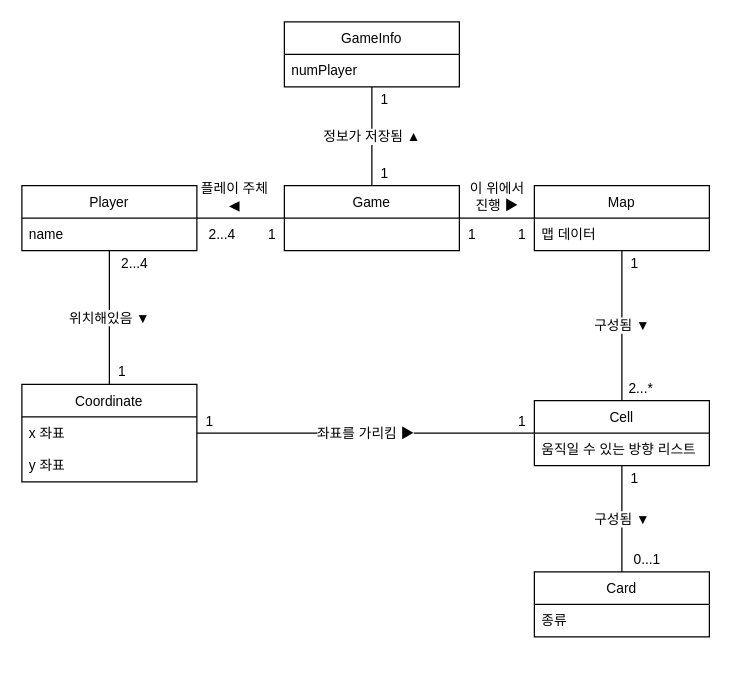
Before: page "페이지-4" (4 of 12) of UML/usecase_Diagram.drawio in nakyoung98/softwareEnginnering, a draw.io diagram. Source tidied: cells renumbered, new cells numbered last; positions are measured from the earlier drawing's top-left corner, leaving out a move shared by most shapes. Both pictures are drawn from the tidied source at 125%, with x=0, y=0 at pixel (21, 21).
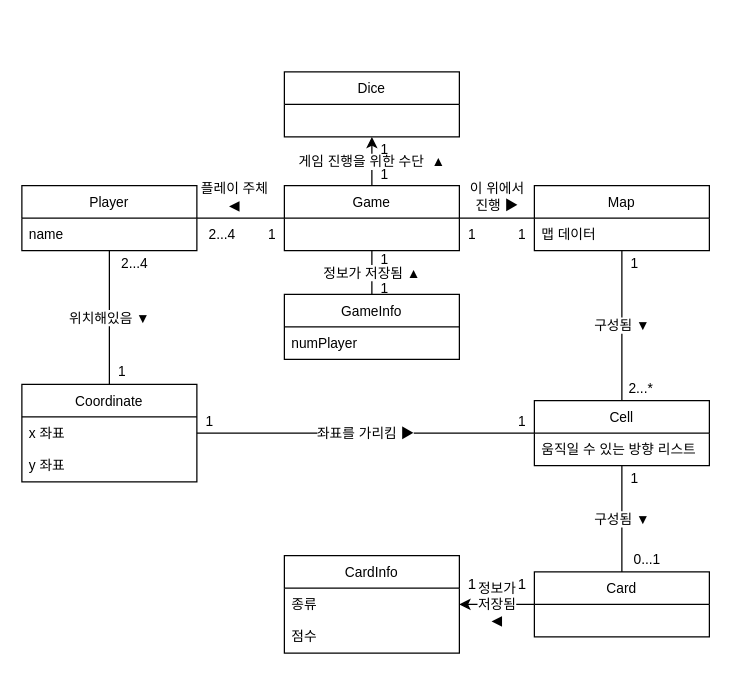
After the change.

The change refers to these unchanged cells:
```xml
<mxCell id="2" value="Game" style="swimlane;fontStyle=0;horizontal=1;startSize=26;fillColor=none;labelBackgroundColor=default;fontSize=11;" parent="1" vertex="1">
  <mxGeometry x="210" y="131" width="140" height="52" as="geometry" />
</mxCell>
<mxCell id="33" value="Card" style="swimlane;fontStyle=0;horizontal=1;startSize=26;fillColor=none;labelBackgroundColor=default;fontSize=11;" parent="1" vertex="1">
  <mxGeometry x="410" y="440" width="140" height="52" as="geometry" />
</mxCell>
```

What changed in the source:
```diff
@@
+    <mxCell id="37" value="게임 진행을 위한 수단&amp;nbsp; ▲" style="edgeStyle=orthogonalEdgeStyle;rounded=0;jettySize=auto;html=1;entryX=0.5;entryY=1;entryDx=0;entryDy=0;" parent="1" edge="1" source="2" target="39">
+      <mxGeometry relative="1" as="geometry" />
+    </mxCell>
@@
-    <mxCell id="10" value="정보가 저장됨 ▲" style="edgeStyle=orthogonalEdgeStyle;rounded=0;jettySize=auto;html=1;entryX=0.5;entryY=0;entryDx=0;entryDy=0;labelBackgroundColor=default;fontSize=11;endArrow=none;endFill=0;" parent="1" edge="1" source="11" target="2">
+    <mxCell id="10" value="정보가 저장됨 ▲" style="edgeStyle=orthogonalEdgeStyle;rounded=0;jettySize=auto;html=1;entryX=0.5;entryY=1;entryDx=0;entryDy=0;labelBackgroundColor=default;fontSize=11;endArrow=none;endFill=0;" parent="1" edge="1" source="11" target="2">
       <mxGeometry relative="1" as="geometry" />
     </mxCell>
     <mxCell id="11" value="GameInfo" style="swimlane;fontStyle=0;horizontal=1;startSize=26;fillColor=none;labelBackgroundColor=default;fontSize=11;" parent="1" vertex="1">
-      <mxGeometry x="210" width="140" height="52" as="geometry" />
+      <mxGeometry x="210" y="218" width="140" height="52" as="geometry" />
     </mxCell>
@@
     <mxCell id="27" value="1" style="text;html=1;align=center;verticalAlign=middle;strokeColor=none;fillColor=none;fontSize=11;" parent="1" vertex="1">
-      <mxGeometry x="280" y="52" width="20" height="20" as="geometry" />
+      <mxGeometry x="280" y="203" width="20" height="20" as="geometry" />
     </mxCell>
     <mxCell id="28" value="1" style="text;html=1;align=center;verticalAlign=middle;strokeColor=none;fillColor=none;fontSize=11;" parent="1" vertex="1">
-      <mxGeometry x="280" y="111" width="20" height="20" as="geometry" />
+      <mxGeometry x="280" y="180" width="20" height="20" as="geometry" />
     </mxCell>
@@
+    <mxCell id="38" value="정보가&lt;br&gt;저장됨&lt;br&gt;◀" style="edgeStyle=orthogonalEdgeStyle;rounded=0;jettySize=auto;html=1;entryX=1;entryY=0.5;entryDx=0;entryDy=0;" parent="1" edge="1" source="33" target="34">
+      <mxGeometry relative="1" as="geometry" />
+    </mxCell>
@@
-    <mxCell id="34" value="종류" style="text;strokeColor=none;fillColor=none;align=left;verticalAlign=top;spacingLeft=4;spacingRight=4;overflow=hidden;points=[[0,0.5],[1,0.5]];portConstraint=eastwest;labelBackgroundColor=default;fontSize=11;" parent="33" vertex="1">
-      <mxGeometry y="26" width="140" height="26" as="geometry" />
-    </mxCell>
@@
+    <mxCell id="39" value="Dice" style="swimlane;fontStyle=0;horizontal=1;startSize=26;fillColor=none;labelBackgroundColor=default;fontSize=11;" parent="1" vertex="1">
+      <mxGeometry x="210" y="40" width="140" height="52" as="geometry" />
+    </mxCell>
+    <mxCell id="40" value="CardInfo" style="swimlane;fontStyle=0;horizontal=1;startSize=26;fillColor=none;labelBackgroundColor=default;fontSize=11;" parent="1" vertex="1">
+      <mxGeometry x="210" y="427" width="140" height="78" as="geometry" />
+    </mxCell>
+    <mxCell id="34" value="종류" style="text;strokeColor=none;fillColor=none;align=left;verticalAlign=top;spacingLeft=4;spacingRight=4;overflow=hidden;points=[[0,0.5],[1,0.5]];portConstraint=eastwest;labelBackgroundColor=default;fontSize=11;" parent="40" vertex="1">
+      <mxGeometry y="26" width="140" height="26" as="geometry" />
+    </mxCell>
+    <mxCell id="41" value="점수" style="text;strokeColor=none;fillColor=none;align=left;verticalAlign=top;spacingLeft=4;spacingRight=4;overflow=hidden;labelBackgroundColor=default;fontSize=11;" parent="40" vertex="1">
+      <mxGeometry y="52" width="140" height="26" as="geometry" />
+    </mxCell>
+    <mxCell id="42" value="1" style="text;html=1;align=center;verticalAlign=middle;strokeColor=none;fillColor=none;" parent="1" vertex="1">
+      <mxGeometry x="390" y="440" width="20" height="20" as="geometry" />
+    </mxCell>
+    <mxCell id="43" value="1" style="text;html=1;align=center;verticalAlign=middle;strokeColor=none;fillColor=none;" parent="1" vertex="1">
+      <mxGeometry x="350" y="440" width="20" height="20" as="geometry" />
+    </mxCell>
+    <mxCell id="44" value="1" style="text;html=1;align=center;verticalAlign=middle;strokeColor=none;fillColor=none;fontSize=11;" parent="1" vertex="1">
+      <mxGeometry x="280" y="92" width="20" height="20" as="geometry" />
+    </mxCell>
+    <mxCell id="45" value="1" style="text;html=1;align=center;verticalAlign=middle;strokeColor=none;fillColor=none;fontSize=11;" parent="1" vertex="1">
+      <mxGeometry x="280" y="112" width="20" height="20" as="geometry" />
+    </mxCell>
```
